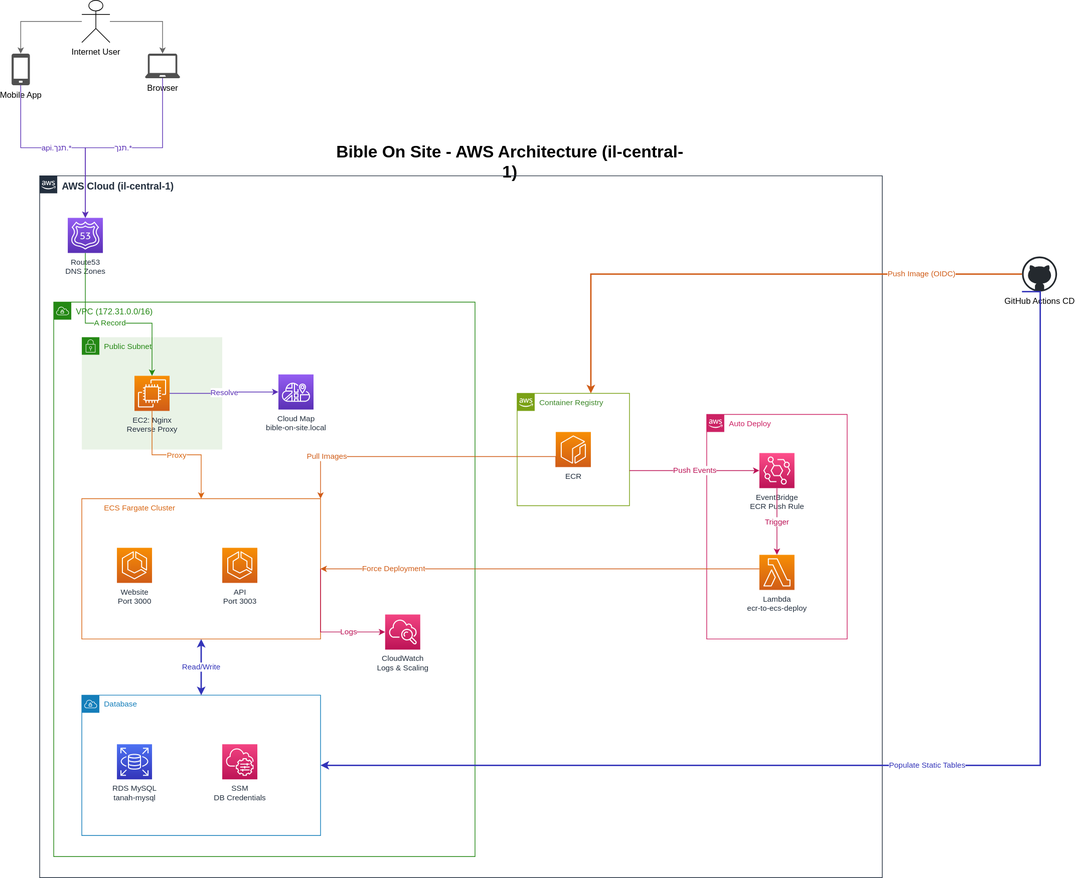
Above: docs/aws/architecture/architecture.svg in bible-on-site/bible-on-site (draw.io), before the change. Source tidied: cells renumbered, new cells last; positions are measured from the earlier drawing's top-left corner, leaving out a move shared by most shapes.
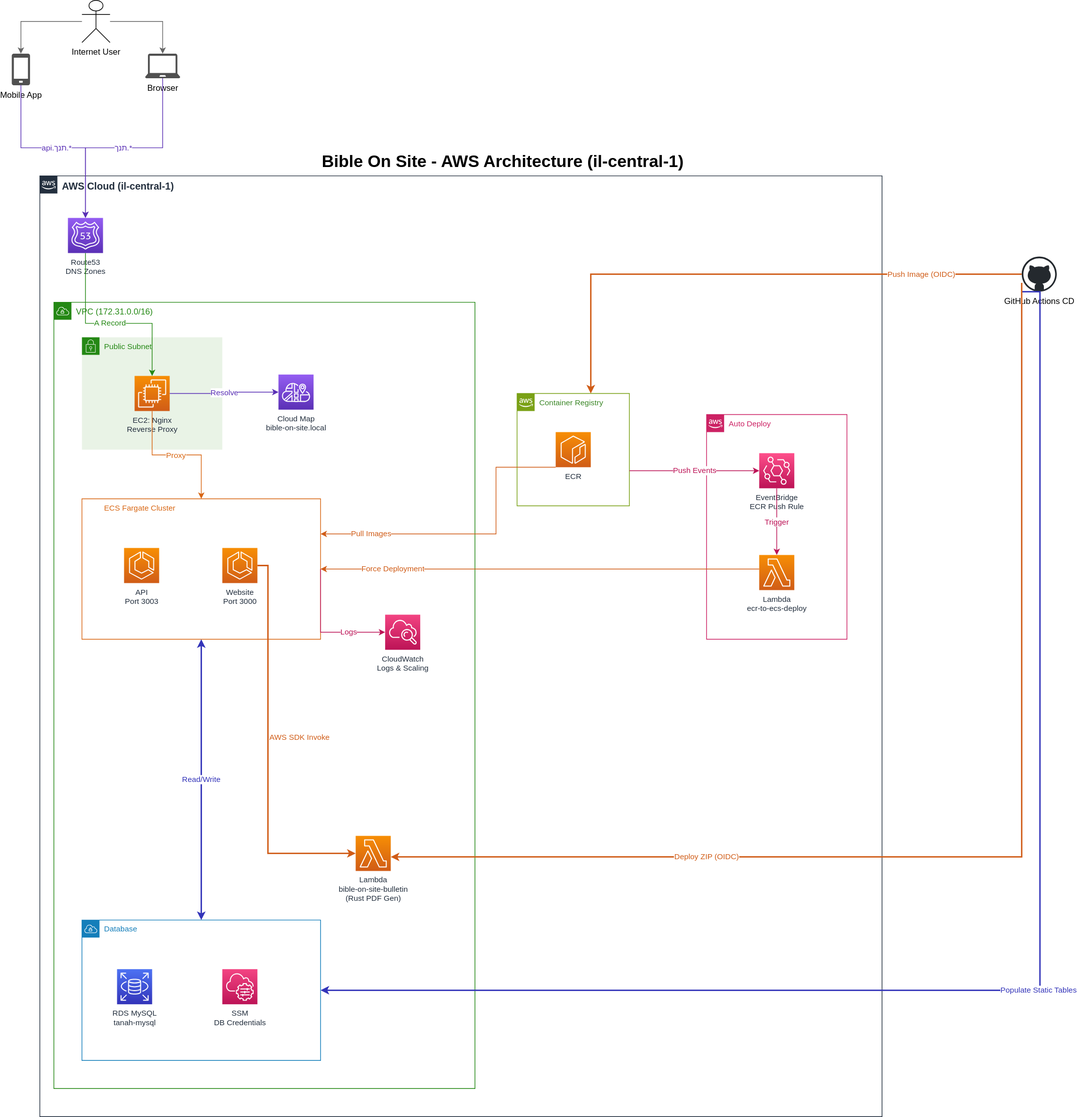
After the commit.

Commit message:
docs: update architecture for bulletin Lambda integration; fix CI Playwright installs

What changed in the source:
```diff
@@ -3,7 +3,7 @@
     <mxCell id="0" />
     <mxCell id="1" parent="0" />
     <mxCell id="2" value="Bible On Site - AWS Architecture (il-central-1)" style="text;html=1;strokeColor=none;fillColor=none;align=center;verticalAlign=middle;whiteSpace=wrap;rounded=0;fontSize=24;fontStyle=1;" parent="1" vertex="1">
-      <mxGeometry x="460" y="210" width="500" height="40" as="geometry" />
+      <mxGeometry x="440" y="210" width="520" height="40" as="geometry" />
     </mxCell>
     <mxCell id="3" value="Internet User" style="shape=umlActor;verticalLabelPosition=bottom;verticalAlign=top;html=1;" parent="1" vertex="1">
       <mxGeometry x="100" width="40" height="60" as="geometry" />
@@ -18,13 +18,13 @@
       <mxGeometry x="1439" y="365" width="50" height="50" as="geometry" />
     </mxCell>
     <mxCell id="7" value="AWS Cloud (il-central-1)" style="gradientColor=none;html=1;whiteSpace=wrap;fontSize=14;fontStyle=1;shape=mxgraph.aws4.group;grIcon=mxgraph.aws4.group_aws_cloud_alt;strokeColor=#232F3E;fillColor=none;verticalAlign=top;align=left;spacingLeft=30;fontColor=#232F3E;dashed=0;" parent="1" vertex="1">
-      <mxGeometry x="40" y="250" width="1200" height="1000" as="geometry" />
+      <mxGeometry x="40" y="250" width="1200" height="1340" as="geometry" />
     </mxCell>
     <mxCell id="8" value="Route53&lt;br&gt;DNS Zones" style="sketch=0;outlineConnect=0;fontColor=#232F3E;gradientColor=#945DF2;gradientDirection=north;fillColor=#5A30B5;strokeColor=#ffffff;dashed=0;verticalLabelPosition=bottom;verticalAlign=top;align=center;html=1;fontSize=11;fontStyle=0;shape=mxgraph.aws4.resourceIcon;resIcon=mxgraph.aws4.route_53;" parent="7" vertex="1">
       <mxGeometry x="40" y="60" width="50" height="50" as="geometry" />
     </mxCell>
     <mxCell id="9" value="VPC (172.31.0.0/16)" style="gradientColor=none;html=1;whiteSpace=wrap;fontSize=12;fontStyle=0;shape=mxgraph.aws4.group;grIcon=mxgraph.aws4.group_vpc;strokeColor=#248814;fillColor=none;verticalAlign=top;align=left;spacingLeft=30;fontColor=#248814;dashed=0;" parent="7" vertex="1">
-      <mxGeometry x="20" y="180" width="600" height="790" as="geometry" />
+      <mxGeometry x="20" y="180" width="600" height="1120" as="geometry" />
     </mxCell>
     <mxCell id="10" value="Public Subnet" style="gradientColor=none;html=1;whiteSpace=wrap;fontSize=11;fontStyle=0;shape=mxgraph.aws4.group;grIcon=mxgraph.aws4.group_security_group;grStroke=0;strokeColor=#248814;fillColor=#E9F3E6;verticalAlign=top;align=left;spacingLeft=30;fontColor=#248814;dashed=0;" parent="9" vertex="1">
       <mxGeometry x="40" y="50" width="200" height="160" as="geometry" />
@@ -39,16 +39,16 @@
       <mxGeometry x="40" y="280" width="340" height="200" as="geometry" />
     </mxCell>
     <mxCell id="14" value="Website&lt;br&gt;Port 3000" style="sketch=0;outlineConnect=0;fontColor=#232F3E;gradientColor=#F78E04;gradientDirection=north;fillColor=#D05C17;strokeColor=#ffffff;dashed=0;verticalLabelPosition=bottom;verticalAlign=top;align=center;html=1;fontSize=11;fontStyle=0;shape=mxgraph.aws4.resourceIcon;resIcon=mxgraph.aws4.ecs;" parent="13" vertex="1">
-      <mxGeometry x="50" y="70" width="50" height="50" as="geometry" />
+      <mxGeometry x="200" y="70" width="50" height="50" as="geometry" />
     </mxCell>
     <mxCell id="15" value="API&lt;br&gt;Port 3003" style="sketch=0;fontColor=#232F3E;gradientColor=#F78E04;gradientDirection=north;fillColor=#D05C17;strokeColor=#ffffff;dashed=0;verticalLabelPosition=bottom;verticalAlign=top;align=center;html=1;fontSize=11;fontStyle=0;shape=mxgraph.aws4.resourceIcon;resIcon=mxgraph.aws4.ecs;" parent="13" vertex="1">
-      <mxGeometry x="200" y="70" width="50" height="50" as="geometry" />
+      <mxGeometry x="60" y="70" width="50" height="50" as="geometry" />
     </mxCell>
     <mxCell id="16" value="CloudWatch&lt;br&gt;Logs &amp; Scaling" style="sketch=0;outlineConnect=0;fontColor=#232F3E;gradientColor=#F34482;gradientDirection=north;fillColor=#BC1356;strokeColor=#ffffff;dashed=0;verticalLabelPosition=bottom;verticalAlign=top;align=center;html=1;fontSize=11;fontStyle=0;shape=mxgraph.aws4.resourceIcon;resIcon=mxgraph.aws4.cloudwatch;" parent="9" vertex="1">
       <mxGeometry x="472" y="445" width="50" height="50" as="geometry" />
     </mxCell>
     <mxCell id="17" value="Database" style="points=[[0,0],[0.25,0],[0.5,0],[0.75,0],[1,0],[1,0.25],[1,0.5],[1,0.75],[1,1],[0.75,1],[0.5,1],[0.25,1],[0,1],[0,0.75],[0,0.5],[0,0.25]];outlineConnect=0;gradientColor=none;html=1;whiteSpace=wrap;fontSize=11;fontStyle=0;shape=mxgraph.aws4.group;grIcon=mxgraph.aws4.group_vpc;strokeColor=#147EBA;fillColor=none;verticalAlign=top;align=left;spacingLeft=30;fontColor=#147EBA;dashed=0;" parent="9" vertex="1">
-      <mxGeometry x="40" y="560" width="340" height="200" as="geometry" />
+      <mxGeometry x="40" y="880" width="340" height="200" as="geometry" />
     </mxCell>
     <mxCell id="18" value="RDS MySQL&lt;br&gt;tanah-mysql" style="sketch=0;fontColor=#232F3E;gradientColor=#4D72F3;gradientDirection=north;fillColor=#3334B9;strokeColor=#ffffff;dashed=0;verticalLabelPosition=bottom;verticalAlign=top;align=center;html=1;fontSize=11;fontStyle=0;shape=mxgraph.aws4.resourceIcon;resIcon=mxgraph.aws4.rds;" parent="17" vertex="1">
       <mxGeometry x="50" y="70" width="50" height="50" as="geometry" />
@@ -56,6 +56,17 @@
     <mxCell id="19" value="SSM&lt;br&gt;DB Credentials" style="sketch=0;fontColor=#232F3E;gradientColor=#F34482;gradientDirection=north;fillColor=#BC1356;strokeColor=#ffffff;dashed=0;verticalLabelPosition=bottom;verticalAlign=top;align=center;html=1;fontSize=11;fontStyle=0;shape=mxgraph.aws4.resourceIcon;resIcon=mxgraph.aws4.systems_manager;" parent="17" vertex="1">
       <mxGeometry x="200" y="70" width="50" height="50" as="geometry" />
     </mxCell>
+    <mxCell id="40" value="Lambda&lt;br&gt;bible-on-site-bulletin&lt;br&gt;(Rust PDF Gen)" style="sketch=0;outlineConnect=0;fontColor=#232F3E;gradientColor=#F78E04;gradientDirection=north;fillColor=#D05C17;strokeColor=#ffffff;dashed=0;verticalLabelPosition=bottom;verticalAlign=top;align=center;html=1;fontSize=11;fontStyle=0;shape=mxgraph.aws4.resourceIcon;resIcon=mxgraph.aws4.lambda;" parent="9" vertex="1">
+      <mxGeometry x="430" y="760" width="50" height="50" as="geometry" />
+    </mxCell>
+    <mxCell id="41" value="AWS SDK Invoke" style="edgeStyle=orthogonalEdgeStyle;rounded=0;jettySize=auto;html=1;endArrow=classic;strokeWidth=2;strokeColor=#D05C17;fontColor=#D05C17;exitX=1;exitY=0.5;entryX=0;entryY=0.5;" parent="9" edge="1" source="14" target="40">
+      <mxGeometry x="-0.05" y="45" relative="1" as="geometry">
+        <Array as="points">
+          <mxPoint x="305" y="375" />
+          <mxPoint x="305" y="785" />
+        </Array>
+      </mxGeometry>
+    </mxCell>
     <mxCell id="20" value="Container Registry" style="points=[[0,0],[0.25,0],[0.5,0],[0.75,0],[1,0],[1,0.25],[1,0.5],[1,0.75],[1,1],[0.75,1],[0.5,1],[0.25,1],[0,1],[0,0.75],[0,0.5],[0,0.25]];outlineConnect=0;gradientColor=none;html=1;whiteSpace=wrap;fontSize=11;fontStyle=0;shape=mxgraph.aws4.group;grIcon=mxgraph.aws4.group_aws_cloud_alt;strokeColor=#7AA116;fillColor=none;verticalAlign=top;align=left;spacingLeft=30;fontColor=#3B8727;dashed=0;" parent="7" vertex="1">
       <mxGeometry x="680" y="310" width="160" height="160" as="geometry" />
     </mxCell>
@@ -139,15 +150,15 @@
       <mxGeometry relative="1" as="geometry">
         <Array as="points">
           <mxPoint x="1465" y="415" />
-          <mxPoint x="1465" y="1090" />
+          <mxPoint x="1465" y="1410" />
         </Array>
       </mxGeometry>
     </mxCell>
-    <mxCell id="38" value="Pull Images" style="edgeStyle=orthogonalEdgeStyle;rounded=0;jettySize=auto;html=1;endArrow=classic;strokeWidth=1;strokeColor=#D05C17;fontColor=#D05C17;exitX=0;exitY=1;entryX=1;entryY=0;" parent="1" edge="1" source="21" target="13">
+    <mxCell id="38" value="Pull Images" style="edgeStyle=orthogonalEdgeStyle;rounded=0;jettySize=auto;html=1;endArrow=classic;strokeWidth=1;strokeColor=#D05C17;fontColor=#D05C17;exitX=0;exitY=1;entryX=1;entryY=0.25;entryDx=0;entryDy=0;" parent="1" edge="1" source="21" target="13">
       <mxGeometry x="0.67" relative="1" as="geometry">
         <Array as="points">
-          <mxPoint x="775" y="650" />
-          <mxPoint x="440" y="650" />
+          <mxPoint x="690" y="665" />
+          <mxPoint x="690" y="760" />
         </Array>
       </mxGeometry>
     </mxCell>
@@ -159,5 +170,12 @@
         </Array>
       </mxGeometry>
     </mxCell>
+    <mxCell id="42" value="Deploy ZIP (OIDC)" style="edgeStyle=orthogonalEdgeStyle;rounded=0;jettySize=auto;html=1;endArrow=classic;strokeWidth=2;strokeColor=#D05C17;fontColor=#D05C17;exitX=0;exitY=0.75;" parent="1" edge="1" source="6" target="40">
+      <mxGeometry x="0.48" relative="1" as="geometry">
+        <Array as="points">
+          <mxPoint x="1439" y="1220" />
+        </Array>
+      </mxGeometry>
+    </mxCell>
   </root>
 </mxGraphModel>
```
